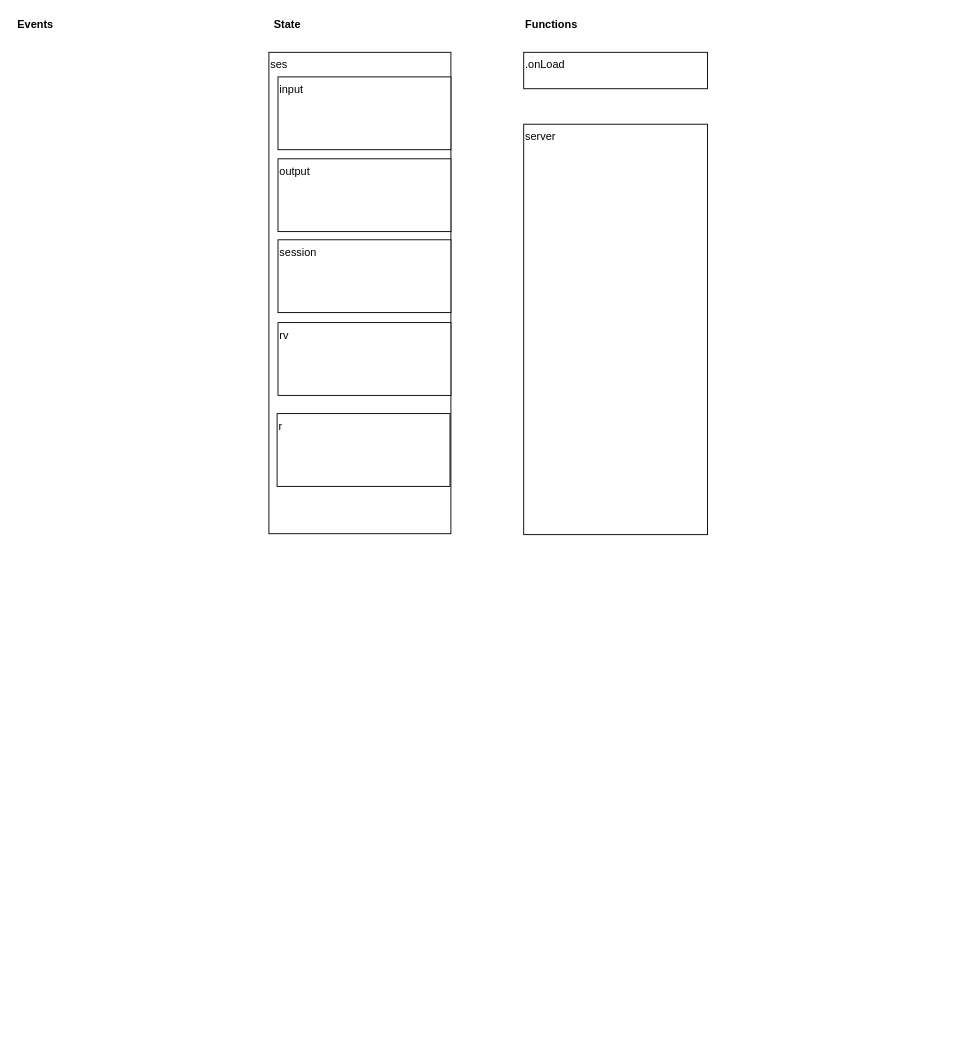
Before: doc/flowchart.drawio in toscm/imlui, a draw.io diagram. Source tidied: cells renumbered, new cells numbered last; positions are measured from the earlier drawing's top-left corner, leaving out a move shared by most shapes. Both pictures are drawn from the tidied source at 91%, with x=0, y=0 at pixel (15, 15).
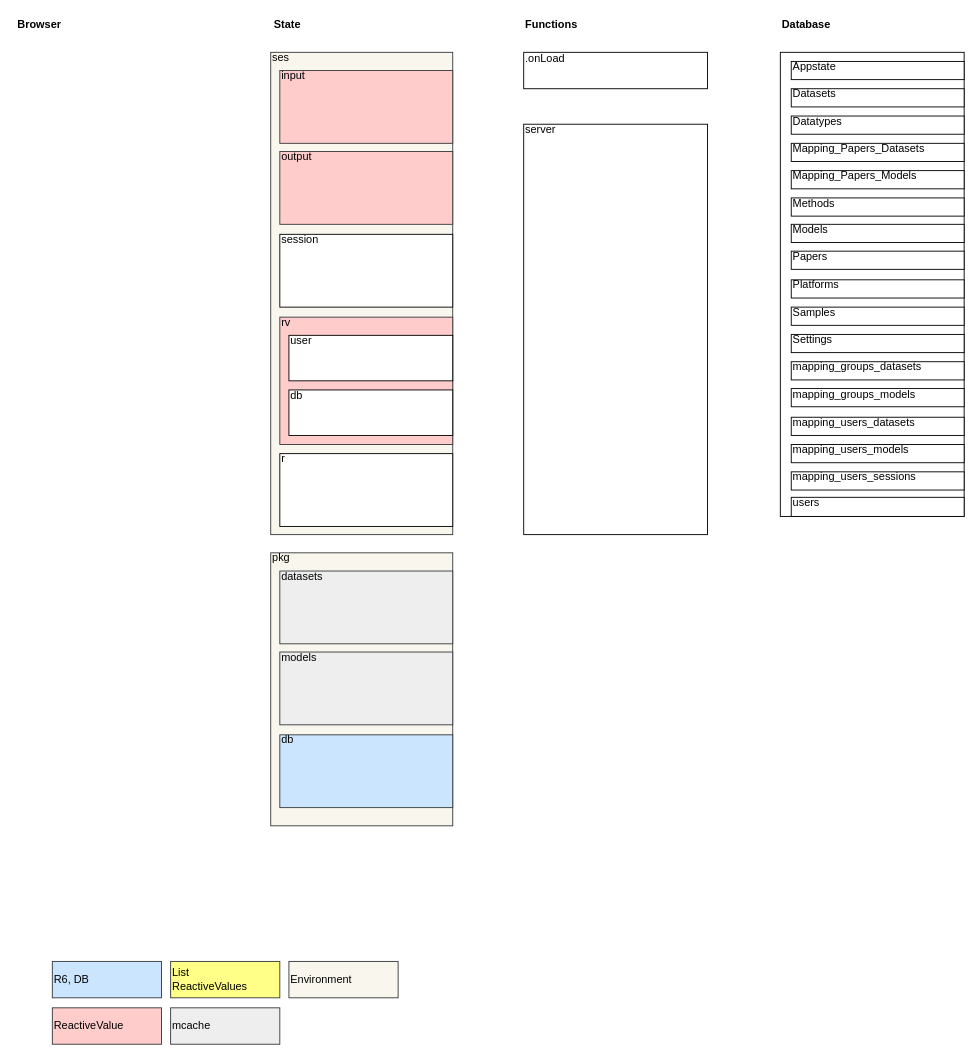
After the change.

The edit, as a diff of the source:
```diff
@@
-    <mxCell id="2" value="&lt;b&gt;State&lt;/b&gt;" style="text;html=1;align=center;verticalAlign=middle;strokeColor=none;fillColor=none;" parent="1" vertex="1">
+    <mxCell id="2" value="&lt;b&gt;State&lt;/b&gt;" style="text;html=1;align=center;verticalAlign=middle;strokeColor=none;fillColor=default;gradientColor=none;fillOpacity=100;" parent="1" vertex="1">
       <mxGeometry x="278" width="40" height="20" as="geometry" />
     </mxCell>
-    <mxCell id="3" value="&lt;b&gt;Events&lt;/b&gt;" style="text;html=1;align=left;verticalAlign=middle;strokeColor=none;fillColor=none;" parent="1" vertex="1">
-      <mxGeometry width="50" height="20" as="geometry" />
+    <mxCell id="3" value="&lt;b&gt;Browser&lt;/b&gt;" style="text;html=1;align=left;verticalAlign=middle;strokeColor=none;fillColor=default;gradientColor=none;fillOpacity=100;" parent="1" vertex="1">
+      <mxGeometry width="60" height="20" as="geometry" />
     </mxCell>
-    <mxCell id="4" value="ses" style="rounded=0;whiteSpace=wrap;html=1;align=left;labelPosition=center;verticalLabelPosition=middle;verticalAlign=top;" parent="1" vertex="1">
-      <mxGeometry x="278" y="40" width="200" height="529" as="geometry" />
+    <mxCell id="4" value="ses" style="rounded=0;whiteSpace=wrap;html=1;align=left;labelPosition=center;verticalLabelPosition=middle;verticalAlign=top;spacingTop=-8;fillColor=#f9f7ed;fillOpacity=100;strokeColor=#36393d;" parent="1" vertex="1">
+      <mxGeometry x="280" y="40" width="200" height="530" as="geometry" />
     </mxCell>
-    <mxCell id="5" value=".onLoad" style="rounded=0;whiteSpace=wrap;html=1;align=left;labelPosition=center;verticalLabelPosition=middle;verticalAlign=top;" parent="1" vertex="1">
+    <mxCell id="5" value=".onLoad" style="rounded=0;whiteSpace=wrap;html=1;align=left;labelPosition=center;verticalLabelPosition=middle;verticalAlign=top;spacingTop=-7;fillColor=default;gradientColor=none;fillOpacity=100;" parent="1" vertex="1">
       <mxGeometry x="558" y="40" width="202" height="40" as="geometry" />
     </mxCell>
-    <mxCell id="6" value="server" style="rounded=0;whiteSpace=wrap;html=1;align=left;labelPosition=center;verticalLabelPosition=middle;verticalAlign=top;" parent="1" vertex="1">
+    <mxCell id="6" value="server" style="rounded=0;whiteSpace=wrap;html=1;align=left;labelPosition=center;verticalLabelPosition=middle;verticalAlign=top;spacingTop=-8;fillColor=default;gradientColor=none;fillOpacity=100;" parent="1" vertex="1">
       <mxGeometry x="558" y="119" width="202" height="451" as="geometry" />
     </mxCell>
-    <mxCell id="7" value="&lt;b&gt;Functions&lt;/b&gt;" style="text;html=1;align=left;verticalAlign=middle;strokeColor=none;fillColor=none;" parent="1" vertex="1">
+    <mxCell id="7" value="&lt;b&gt;Functions&lt;/b&gt;" style="text;html=1;align=left;verticalAlign=middle;strokeColor=none;fillColor=default;gradientColor=none;fillOpacity=100;" parent="1" vertex="1">
       <mxGeometry x="558" width="70" height="20" as="geometry" />
     </mxCell>
-    <mxCell id="8" value="input" style="rounded=0;whiteSpace=wrap;html=1;align=left;labelPosition=center;verticalLabelPosition=middle;verticalAlign=top;" parent="1" vertex="1">
-      <mxGeometry x="288" y="67" width="190" height="80" as="geometry" />
+    <mxCell id="8" value="input" style="rounded=0;whiteSpace=wrap;html=1;align=left;labelPosition=center;verticalLabelPosition=middle;verticalAlign=top;spacingTop=-8;fillColor=#ffcccc;fillOpacity=100;strokeColor=#36393d;" parent="1" vertex="1">
+      <mxGeometry x="290" y="60" width="190" height="80" as="geometry" />
     </mxCell>
-    <mxCell id="9" value="output" style="rounded=0;whiteSpace=wrap;html=1;align=left;labelPosition=center;verticalLabelPosition=middle;verticalAlign=top;" parent="1" vertex="1">
-      <mxGeometry x="288" y="157" width="190" height="80" as="geometry" />
+    <mxCell id="9" value="output" style="rounded=0;whiteSpace=wrap;html=1;align=left;labelPosition=center;verticalLabelPosition=middle;verticalAlign=top;spacingTop=-8;fillColor=#ffcccc;fillOpacity=100;strokeColor=#36393d;" parent="1" vertex="1">
+      <mxGeometry x="290" y="149" width="190" height="80" as="geometry" />
     </mxCell>
-    <mxCell id="10" value="session" style="rounded=0;whiteSpace=wrap;html=1;align=left;labelPosition=center;verticalLabelPosition=middle;verticalAlign=top;" parent="1" vertex="1">
-      <mxGeometry x="288" y="246" width="190" height="80" as="geometry" />
+    <mxCell id="10" value="session" style="rounded=0;whiteSpace=wrap;html=1;align=left;labelPosition=center;verticalLabelPosition=middle;verticalAlign=top;spacingTop=-8;fillOpacity=100;" parent="1" vertex="1">
+      <mxGeometry x="290" y="240" width="190" height="80" as="geometry" />
     </mxCell>
+    <mxCell id="12" value="r" style="rounded=0;whiteSpace=wrap;html=1;align=left;labelPosition=center;verticalLabelPosition=middle;verticalAlign=top;spacingTop=-8;fillOpacity=100;" parent="1" vertex="1">
+      <mxGeometry x="290" y="481" width="190" height="80" as="geometry" />
+    </mxCell>
+    <mxCell id="13" style="rounded=0;whiteSpace=wrap;html=1;align=left;labelPosition=center;verticalLabelPosition=middle;verticalAlign=top;fillColor=default;gradientColor=none;fillOpacity=100;" parent="1" vertex="1">
+      <mxGeometry x="840" y="40" width="202" height="510" as="geometry" />
+    </mxCell>
+    <mxCell id="14" value="&lt;b&gt;Database&lt;/b&gt;" style="text;html=1;align=left;verticalAlign=middle;strokeColor=none;fillColor=default;gradientColor=none;fillOpacity=100;" parent="1" vertex="1">
+      <mxGeometry x="840" width="70" height="20" as="geometry" />
+    </mxCell>
+    <mxCell id="15" value="Appstate" style="rounded=0;whiteSpace=wrap;html=1;align=left;labelPosition=center;verticalLabelPosition=middle;verticalAlign=top;spacingTop=-8;fillColor=default;gradientColor=none;fillOpacity=100;" parent="1" vertex="1">
+      <mxGeometry x="852" y="50" width="190" height="20" as="geometry" />
+    </mxCell>
+    <mxCell id="16" value="Datasets" style="rounded=0;whiteSpace=wrap;html=1;align=left;labelPosition=center;verticalLabelPosition=middle;verticalAlign=top;spacingTop=-8;fillColor=default;gradientColor=none;fillOpacity=100;" parent="1" vertex="1">
+      <mxGeometry x="852" y="80" width="190" height="20" as="geometry" />
+    </mxCell>
+    <mxCell id="17" value="Datatypes" style="rounded=0;whiteSpace=wrap;html=1;align=left;labelPosition=center;verticalLabelPosition=middle;verticalAlign=top;spacingTop=-8;fillColor=default;gradientColor=none;fillOpacity=100;" parent="1" vertex="1">
+      <mxGeometry x="852" y="110" width="190" height="20" as="geometry" />
+    </mxCell>
+    <mxCell id="18" value="Mapping_Papers_Datasets" style="rounded=0;whiteSpace=wrap;html=1;align=left;labelPosition=center;verticalLabelPosition=middle;verticalAlign=top;spacingTop=-8;fillColor=default;gradientColor=none;fillOpacity=100;" parent="1" vertex="1">
+      <mxGeometry x="852" y="140" width="190" height="20" as="geometry" />
+    </mxCell>
+    <mxCell id="19" value="Mapping_Papers_Models" style="rounded=0;whiteSpace=wrap;html=1;align=left;labelPosition=center;verticalLabelPosition=middle;verticalAlign=top;spacingTop=-8;fillColor=default;gradientColor=none;fillOpacity=100;" parent="1" vertex="1">
+      <mxGeometry x="852" y="170" width="190" height="20" as="geometry" />
+    </mxCell>
+    <mxCell id="20" value="Methods" style="rounded=0;whiteSpace=wrap;html=1;align=left;labelPosition=center;verticalLabelPosition=middle;verticalAlign=top;spacingTop=-8;fillColor=default;gradientColor=none;fillOpacity=100;" parent="1" vertex="1">
+      <mxGeometry x="852" y="200" width="190" height="20" as="geometry" />
+    </mxCell>
+    <mxCell id="21" value="Models" style="rounded=0;whiteSpace=wrap;html=1;align=left;labelPosition=center;verticalLabelPosition=middle;verticalAlign=top;spacingTop=-8;fillColor=default;gradientColor=none;fillOpacity=100;" parent="1" vertex="1">
+      <mxGeometry x="852" y="229" width="190" height="20" as="geometry" />
+    </mxCell>
+    <mxCell id="22" value="Papers" style="rounded=0;whiteSpace=wrap;html=1;align=left;labelPosition=center;verticalLabelPosition=middle;verticalAlign=top;spacingTop=-8;fillColor=default;gradientColor=none;fillOpacity=100;" parent="1" vertex="1">
+      <mxGeometry x="852" y="258.5" width="190" height="20" as="geometry" />
+    </mxCell>
+    <mxCell id="23" value="Platforms" style="rounded=0;whiteSpace=wrap;html=1;align=left;labelPosition=center;verticalLabelPosition=middle;verticalAlign=top;spacingTop=-8;fillColor=default;gradientColor=none;fillOpacity=100;" parent="1" vertex="1">
+      <mxGeometry x="852" y="290" width="190" height="20" as="geometry" />
+    </mxCell>
+    <mxCell id="24" value="Samples" style="rounded=0;whiteSpace=wrap;html=1;align=left;labelPosition=center;verticalLabelPosition=middle;verticalAlign=top;spacingTop=-8;fillColor=default;gradientColor=none;fillOpacity=100;" parent="1" vertex="1">
+      <mxGeometry x="852" y="320" width="190" height="20" as="geometry" />
+    </mxCell>
+    <mxCell id="25" value="Settings" style="rounded=0;whiteSpace=wrap;html=1;align=left;labelPosition=center;verticalLabelPosition=middle;verticalAlign=top;spacingTop=-8;fillColor=default;gradientColor=none;fillOpacity=100;" parent="1" vertex="1">
+      <mxGeometry x="852" y="350" width="190" height="20" as="geometry" />
+    </mxCell>
-    <mxCell id="11" value="rv" style="rounded=0;whiteSpace=wrap;html=1;align=left;labelPosition=center;verticalLabelPosition=middle;verticalAlign=top;" parent="1" vertex="1">
-      <mxGeometry x="288" y="337" width="190" height="80" as="geometry" />
+    <mxCell id="11" value="rv" style="rounded=0;whiteSpace=wrap;html=1;align=left;labelPosition=center;verticalLabelPosition=middle;verticalAlign=top;spacingTop=-8;fillColor=#ffcccc;fillOpacity=100;strokeColor=#36393d;" parent="1" vertex="1">
+      <mxGeometry x="290" y="331" width="190" height="140" as="geometry" />
     </mxCell>
-    <mxCell id="12" value="r" style="rounded=0;whiteSpace=wrap;html=1;align=left;labelPosition=center;verticalLabelPosition=middle;verticalAlign=top;" parent="1" vertex="1">
-      <mxGeometry x="287" y="437" width="190" height="80" as="geometry" />
-    </mxCell>
+    <mxCell id="26" value="user" style="rounded=0;whiteSpace=wrap;html=1;align=left;labelPosition=center;verticalLabelPosition=middle;verticalAlign=top;spacing=2;spacingTop=-8;fillOpacity=100;" parent="1" vertex="1">
+      <mxGeometry x="300" y="351" width="180" height="50" as="geometry" />
+    </mxCell>
+    <mxCell id="27" value="db" style="rounded=0;whiteSpace=wrap;html=1;align=left;labelPosition=center;verticalLabelPosition=middle;verticalAlign=top;spacing=2;spacingTop=-8;fillOpacity=100;" parent="1" vertex="1">
+      <mxGeometry x="300" y="411" width="180" height="50" as="geometry" />
+    </mxCell>
+    <mxCell id="28" value="R6, DB&lt;br&gt;" style="rounded=0;whiteSpace=wrap;html=1;align=left;labelPosition=center;verticalLabelPosition=middle;verticalAlign=middle;spacingTop=0;fillOpacity=100;fillColor=#cce5ff;strokeColor=#36393d;" parent="1" vertex="1">
+      <mxGeometry x="40" y="1039" width="120" height="40" as="geometry" />
+    </mxCell>
+    <mxCell id="29" value="List&lt;br&gt;ReactiveValues" style="rounded=0;whiteSpace=wrap;html=1;align=left;labelPosition=center;verticalLabelPosition=middle;verticalAlign=middle;spacingTop=0;fillOpacity=100;fillColor=#ffff88;strokeColor=#36393d;" parent="1" vertex="1">
+      <mxGeometry x="170" y="1039" width="120" height="40" as="geometry" />
+    </mxCell>
+    <mxCell id="30" value="Environment&lt;br&gt;" style="rounded=0;whiteSpace=wrap;html=1;align=left;labelPosition=center;verticalLabelPosition=middle;verticalAlign=middle;spacingTop=0;fillOpacity=100;fillColor=#f9f7ed;strokeColor=#36393d;" parent="1" vertex="1">
+      <mxGeometry x="300" y="1039" width="120" height="40" as="geometry" />
+    </mxCell>
+    <mxCell id="31" value="ReactiveValue&lt;br&gt;" style="rounded=0;whiteSpace=wrap;html=1;align=left;labelPosition=center;verticalLabelPosition=middle;verticalAlign=middle;spacingTop=0;fillOpacity=100;fillColor=#ffcccc;strokeColor=#36393d;" parent="1" vertex="1">
+      <mxGeometry x="40" y="1090" width="120" height="40" as="geometry" />
+    </mxCell>
+    <mxCell id="32" value="pkg" style="rounded=0;whiteSpace=wrap;html=1;align=left;labelPosition=center;verticalLabelPosition=middle;verticalAlign=top;spacingTop=-8;fillColor=#f9f7ed;fillOpacity=100;strokeColor=#36393d;" parent="1" vertex="1">
+      <mxGeometry x="280" y="590" width="200" height="300" as="geometry" />
+    </mxCell>
+    <mxCell id="33" value="datasets" style="rounded=0;whiteSpace=wrap;html=1;align=left;labelPosition=center;verticalLabelPosition=middle;verticalAlign=top;spacingTop=-8;fillColor=#eeeeee;fillOpacity=100;strokeColor=#36393d;" parent="1" vertex="1">
+      <mxGeometry x="290" y="610" width="190" height="80" as="geometry" />
+    </mxCell>
+    <mxCell id="34" value="models" style="rounded=0;whiteSpace=wrap;html=1;align=left;labelPosition=center;verticalLabelPosition=middle;verticalAlign=top;spacingTop=-8;fillColor=#eeeeee;fillOpacity=100;strokeColor=#36393d;" parent="1" vertex="1">
+      <mxGeometry x="290" y="699" width="190" height="80" as="geometry" />
+    </mxCell>
+    <mxCell id="35" value="db" style="rounded=0;whiteSpace=wrap;html=1;align=left;labelPosition=center;verticalLabelPosition=middle;verticalAlign=top;spacingTop=-8;fillOpacity=100;fillColor=#cce5ff;strokeColor=#36393d;" parent="1" vertex="1">
+      <mxGeometry x="290" y="790" width="190" height="80" as="geometry" />
+    </mxCell>
+    <mxCell id="36" value="mcache&lt;br&gt;" style="rounded=0;whiteSpace=wrap;html=1;align=left;labelPosition=center;verticalLabelPosition=middle;verticalAlign=middle;spacingTop=0;fillOpacity=100;fillColor=#eeeeee;strokeColor=#36393d;" parent="1" vertex="1">
+      <mxGeometry x="170" y="1090" width="120" height="40" as="geometry" />
+    </mxCell>
+    <mxCell id="37" value="mapping_groups_datasets" style="rounded=0;whiteSpace=wrap;html=1;align=left;labelPosition=center;verticalLabelPosition=middle;verticalAlign=top;spacingTop=-8;fillColor=default;gradientColor=none;fillOpacity=100;" parent="1" vertex="1">
+      <mxGeometry x="852" y="380" width="190" height="20" as="geometry" />
+    </mxCell>
+    <mxCell id="38" value="mapping_groups_models" style="rounded=0;whiteSpace=wrap;html=1;align=left;labelPosition=center;verticalLabelPosition=middle;verticalAlign=top;spacingTop=-8;fillColor=default;gradientColor=none;fillOpacity=100;" parent="1" vertex="1">
+      <mxGeometry x="852" y="409.5" width="190" height="20" as="geometry" />
+    </mxCell>
+    <mxCell id="39" value="mapping_users_datasets" style="rounded=0;whiteSpace=wrap;html=1;align=left;labelPosition=center;verticalLabelPosition=middle;verticalAlign=top;spacingTop=-8;fillColor=default;gradientColor=none;fillOpacity=100;" parent="1" vertex="1">
+      <mxGeometry x="852" y="441" width="190" height="20" as="geometry" />
+    </mxCell>
+    <mxCell id="40" value="mapping_users_models" style="rounded=0;whiteSpace=wrap;html=1;align=left;labelPosition=center;verticalLabelPosition=middle;verticalAlign=top;spacingTop=-8;fillColor=default;gradientColor=none;fillOpacity=100;" parent="1" vertex="1">
+      <mxGeometry x="852" y="471" width="190" height="20" as="geometry" />
+    </mxCell>
+    <mxCell id="41" value="mapping_users_sessions" style="rounded=0;whiteSpace=wrap;html=1;align=left;labelPosition=center;verticalLabelPosition=middle;verticalAlign=top;spacingTop=-8;fillColor=default;gradientColor=none;fillOpacity=100;" parent="1" vertex="1">
+      <mxGeometry x="852" y="501" width="190" height="20" as="geometry" />
+    </mxCell>
+    <mxCell id="42" value="users" style="rounded=0;whiteSpace=wrap;html=1;align=left;labelPosition=center;verticalLabelPosition=middle;verticalAlign=top;spacingTop=-8;fillColor=default;gradientColor=none;fillOpacity=100;" parent="1" vertex="1">
+      <mxGeometry x="852" y="529" width="190" height="21" as="geometry" />
+    </mxCell>
```
